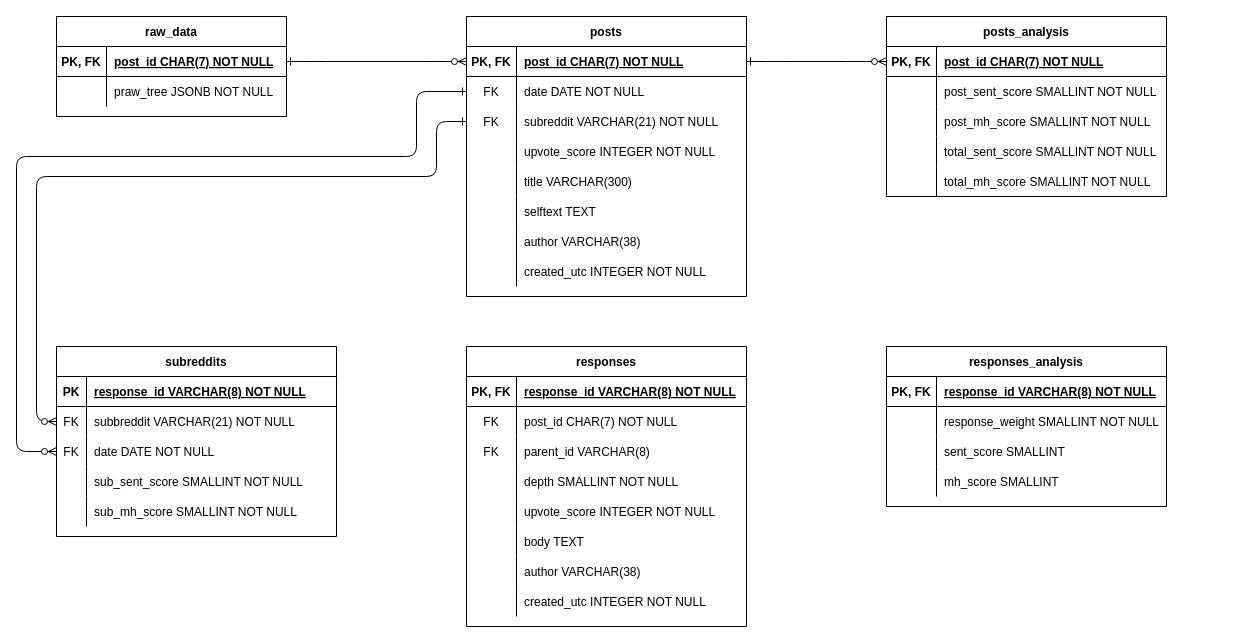
Earlier version of the draw.io diagram Untitled Diagram.drawio (AustinLowey/social-media-trends-tracker). Source tidied: cells renumbered, new cells numbered last; positions are measured from the earlier drawing's top-left corner, leaving out a move shared by most shapes. Both pictures are drawn from the tidied source at 100%, with x=0, y=0 at pixel (16, 16).
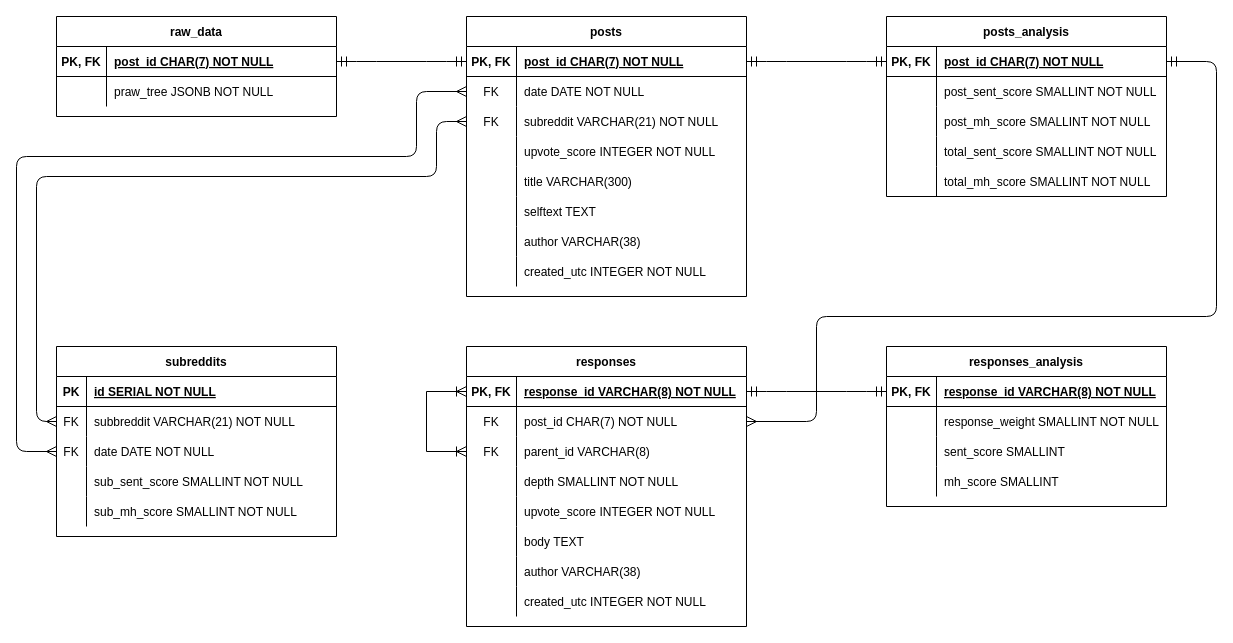
The same page after the edit.

The change refers to these unchanged cells:
```xml
<mxCell id="5" style="shape=partialRectangle;fillColor=none;points=[[0,0.5],[1,0.5]];portConstraint=eastwest;top=0;left=0;right=0;bottom=1;" parent="4" vertex="1">
  <mxGeometry y="30" width="280" height="30" as="geometry" />
</mxCell>
<mxCell id="8" style="shape=partialRectangle;fillColor=none;points=[[0,0.5],[1,0.5]];portConstraint=eastwest;top=0;left=0;right=0;bottom=0;" parent="4" vertex="1">
  <mxGeometry y="60" width="280" height="30" as="geometry" />
</mxCell>
<mxCell id="11" style="shape=partialRectangle;fillColor=none;points=[[0,0.5],[1,0.5]];portConstraint=eastwest;top=0;left=0;right=0;bottom=0;" parent="4" vertex="1">
  <mxGeometry y="90" width="280" height="30" as="geometry" />
</mxCell>
<mxCell id="29" value="responses" style="shape=table;startSize=30;childLayout=tableLayout;rowLines=0;fontStyle=1;align=center;" parent="1" vertex="1">
  <mxGeometry x="450" y="330" width="280" height="280" as="geometry" />
</mxCell>
<mxCell id="30" style="shape=partialRectangle;fillColor=none;points=[[0,0.5],[1,0.5]];portConstraint=eastwest;top=0;left=0;right=0;bottom=1;" parent="29" vertex="1">
  <mxGeometry y="30" width="280" height="30" as="geometry" />
</mxCell>
<mxCell id="33" style="shape=partialRectangle;fillColor=none;points=[[0,0.5],[1,0.5]];portConstraint=eastwest;top=0;left=0;right=0;bottom=0;" parent="29" vertex="1">
  <mxGeometry y="60" width="280" height="30" as="geometry" />
</mxCell>
<mxCell id="36" style="shape=partialRectangle;fillColor=none;points=[[0,0.5],[1,0.5]];portConstraint=eastwest;top=0;left=0;right=0;bottom=0;" parent="29" vertex="1">
  <mxGeometry y="90" width="280" height="30" as="geometry" />
</mxCell>
<mxCell id="62" style="shape=partialRectangle;fillColor=none;points=[[0,0.5],[1,0.5]];portConstraint=eastwest;top=0;left=0;right=0;bottom=1;" parent="61" vertex="1">
  <mxGeometry y="30" width="280" height="30" as="geometry" />
</mxCell>
<mxCell id="78" style="shape=partialRectangle;fillColor=none;points=[[0,0.5],[1,0.5]];portConstraint=eastwest;top=0;left=0;right=0;bottom=1;" parent="77" vertex="1">
  <mxGeometry y="30" width="280" height="30" as="geometry" />
</mxCell>
<mxCell id="91" style="shape=partialRectangle;fillColor=none;top=0;left=0;right=0;bottom=1;" parent="90" vertex="1">
  <mxGeometry y="30" width="280" height="30" as="geometry" />
</mxCell>
<mxCell id="94" style="shape=partialRectangle;fillColor=none;points=[[0,0.5],[1,0.5]];portConstraint=eastwest;top=0;left=0;right=0;bottom=0;" parent="90" vertex="1">
  <mxGeometry y="60" width="280" height="30" as="geometry" />
</mxCell>
<mxCell id="97" style="shape=partialRectangle;fillColor=none;points=[[0,0.5],[1,0.5]];portConstraint=eastwest;top=0;left=0;right=0;bottom=0;" parent="90" vertex="1">
  <mxGeometry y="90" width="280" height="30" as="geometry" />
</mxCell>
```

Diff of the diagram source:
```diff
@@
-    <mxCell id="2" style="edgeStyle=entityRelationEdgeStyle;endArrow=ERzeroToMany;startArrow=ERone;endFill=1;startFill=0;entryX=0;entryY=0.5;entryDx=0;entryDy=0;" parent="1" edge="1" source="55" target="5">
+    <mxCell id="2" style="edgeStyle=entityRelationEdgeStyle;endArrow=ERmandOne;startArrow=ERmandOne;endFill=0;startFill=0;entryX=0;entryY=0.5;entryDx=0;entryDy=0;endSize=8;startSize=8;" parent="1" edge="1" source="55" target="5">
       <mxGeometry relative="1" as="geometry" />
     </mxCell>
-    <mxCell id="3" style="edgeStyle=entityRelationEdgeStyle;endArrow=ERzeroToMany;startArrow=ERone;endFill=1;startFill=0;" parent="1" edge="1" source="5" target="62">
+    <mxCell id="3" style="edgeStyle=entityRelationEdgeStyle;endArrow=ERmandOne;startArrow=ERmandOne;endFill=0;startFill=0;endSize=8;startSize=8;" parent="1" edge="1" source="5" target="62">
       <mxGeometry relative="1" as="geometry">
         <Array as="points">
           <mxPoint x="925" y="40" />
         </Array>
       </mxGeometry>
     </mxCell>
@@
+    <mxCell id="108" style="edgeStyle=orthogonalEdgeStyle;rounded=0;jettySize=auto;html=1;exitX=0;exitY=0.5;exitDx=0;exitDy=0;entryX=0;entryY=0.5;entryDx=0;entryDy=0;endSize=8;startSize=8;startArrow=ERoneToMany;startFill=0;endArrow=ERoneToMany;endFill=0;" parent="29" edge="1" source="30" target="36">
+      <mxGeometry relative="1" as="geometry">
+        <Array as="points">
+          <mxPoint x="-40" y="45" />
+          <mxPoint x="-40" y="105" />
+        </Array>
+      </mxGeometry>
+    </mxCell>
     <mxCell id="54" value="raw_data" style="shape=table;startSize=30;childLayout=tableLayout;rowLines=0;fontStyle=1;align=center;" parent="1" vertex="1">
-      <mxGeometry x="40" width="230" height="100" as="geometry" />
+      <mxGeometry x="40" width="280" height="100" as="geometry" />
     </mxCell>
     <mxCell id="55" style="shape=partialRectangle;fillColor=none;points=[[0,0.5],[1,0.5]];portConstraint=eastwest;top=0;left=0;right=0;bottom=1;" parent="54" vertex="1">
-      <mxGeometry y="30" width="230" height="30" as="geometry" />
+      <mxGeometry y="30" width="280" height="30" as="geometry" />
     </mxCell>
@@
     <mxCell id="57" value="post_id CHAR(7) NOT NULL " style="shape=partialRectangle;overflow=hidden;fillColor=none;top=0;left=0;bottom=0;right=0;align=left;spacingLeft=6;fontStyle=5;" parent="55" vertex="1">
-      <mxGeometry x="50" width="180" height="30" as="geometry" />
+      <mxGeometry x="50" width="230" height="30" as="geometry" />
     </mxCell>
     <mxCell id="58" style="shape=partialRectangle;fillColor=none;top=0;left=0;right=0;bottom=0;" parent="54" vertex="1">
-      <mxGeometry y="60" width="230" height="30" as="geometry" />
+      <mxGeometry y="60" width="280" height="30" as="geometry" />
     </mxCell>
@@
     <mxCell id="60" value="praw_tree JSONB NOT NULL" style="shape=partialRectangle;overflow=hidden;fillColor=none;top=0;left=0;bottom=0;right=0;align=left;spacingLeft=6;" parent="58" vertex="1">
-      <mxGeometry x="50" width="180" height="30" as="geometry" />
+      <mxGeometry x="50" width="230" height="30" as="geometry" />
     </mxCell>
@@
-    <mxCell id="93" value="response_id VARCHAR(8) NOT NULL " style="shape=partialRectangle;overflow=hidden;fillColor=none;top=0;left=0;bottom=0;right=0;align=left;spacingLeft=6;fontStyle=5;" parent="91" vertex="1">
+    <mxCell id="93" value="id SERIAL NOT NULL " style="shape=partialRectangle;overflow=hidden;fillColor=none;top=0;left=0;bottom=0;right=0;align=left;spacingLeft=6;fontStyle=5;" parent="91" vertex="1">
       <mxGeometry x="30" width="250" height="30" as="geometry" />
     </mxCell>
@@
-    <mxCell id="106" style="edgeStyle=orthogonalEdgeStyle;endArrow=ERzeroToMany;startArrow=ERone;endFill=1;startFill=0;exitX=0;exitY=0.5;exitDx=0;exitDy=0;entryX=0;entryY=0.5;entryDx=0;entryDy=0;" parent="1" edge="1" source="11" target="94">
+    <mxCell id="106" style="edgeStyle=orthogonalEdgeStyle;endArrow=ERmany;startArrow=ERmany;endFill=0;startFill=0;exitX=0;exitY=0.5;exitDx=0;exitDy=0;entryX=0;entryY=0.5;entryDx=0;entryDy=0;endSize=8;startSize=8;" parent="1" edge="1" source="11" target="94">
       <mxGeometry relative="1" as="geometry">
         <Array as="points">
           <mxPoint x="420" y="105" />
           <mxPoint x="420" y="160" />
           <mxPoint x="20" y="160" />
           <mxPoint x="20" y="405" />
         </Array>
       </mxGeometry>
     </mxCell>
-    <mxCell id="107" style="edgeStyle=orthogonalEdgeStyle;endArrow=ERzeroToMany;startArrow=ERone;endFill=1;startFill=0;exitX=0;exitY=0.5;exitDx=0;exitDy=0;entryX=0;entryY=0.5;entryDx=0;entryDy=0;" parent="1" edge="1" source="8" target="97">
+    <mxCell id="107" style="edgeStyle=orthogonalEdgeStyle;endArrow=ERmany;startArrow=ERmany;endFill=0;startFill=0;exitX=0;exitY=0.5;exitDx=0;exitDy=0;entryX=0;entryY=0.5;entryDx=0;entryDy=0;endSize=8;startSize=8;" parent="1" edge="1" source="8" target="97">
       <mxGeometry relative="1" as="geometry">
         <Array as="points">
           <mxPoint x="400" y="75" />
           <mxPoint x="400" y="140" />
           <mxPoint y="140" />
           <mxPoint y="435" />
         </Array>
       </mxGeometry>
     </mxCell>
+    <mxCell id="109" style="edgeStyle=entityRelationEdgeStyle;endArrow=ERmandOne;startArrow=ERmandOne;endFill=0;startFill=0;entryX=0;entryY=0.5;entryDx=0;entryDy=0;endSize=8;startSize=8;exitX=1;exitY=0.5;exitDx=0;exitDy=0;" parent="1" edge="1" source="30" target="78">
+      <mxGeometry relative="1" as="geometry" />
+    </mxCell>
+    <mxCell id="110" style="edgeStyle=orthogonalEdgeStyle;endArrow=ERmany;startArrow=ERmandOne;endFill=0;startFill=0;exitX=1;exitY=0.5;exitDx=0;exitDy=0;entryX=1;entryY=0.5;entryDx=0;entryDy=0;endSize=8;startSize=8;" parent="1" edge="1" source="62" target="33">
+      <mxGeometry relative="1" as="geometry">
+        <Array as="points">
+          <mxPoint x="1200" y="45" />
+          <mxPoint x="1200" y="300" />
+          <mxPoint x="800" y="300" />
+          <mxPoint x="800" y="405" />
+        </Array>
+      </mxGeometry>
+    </mxCell>
```
